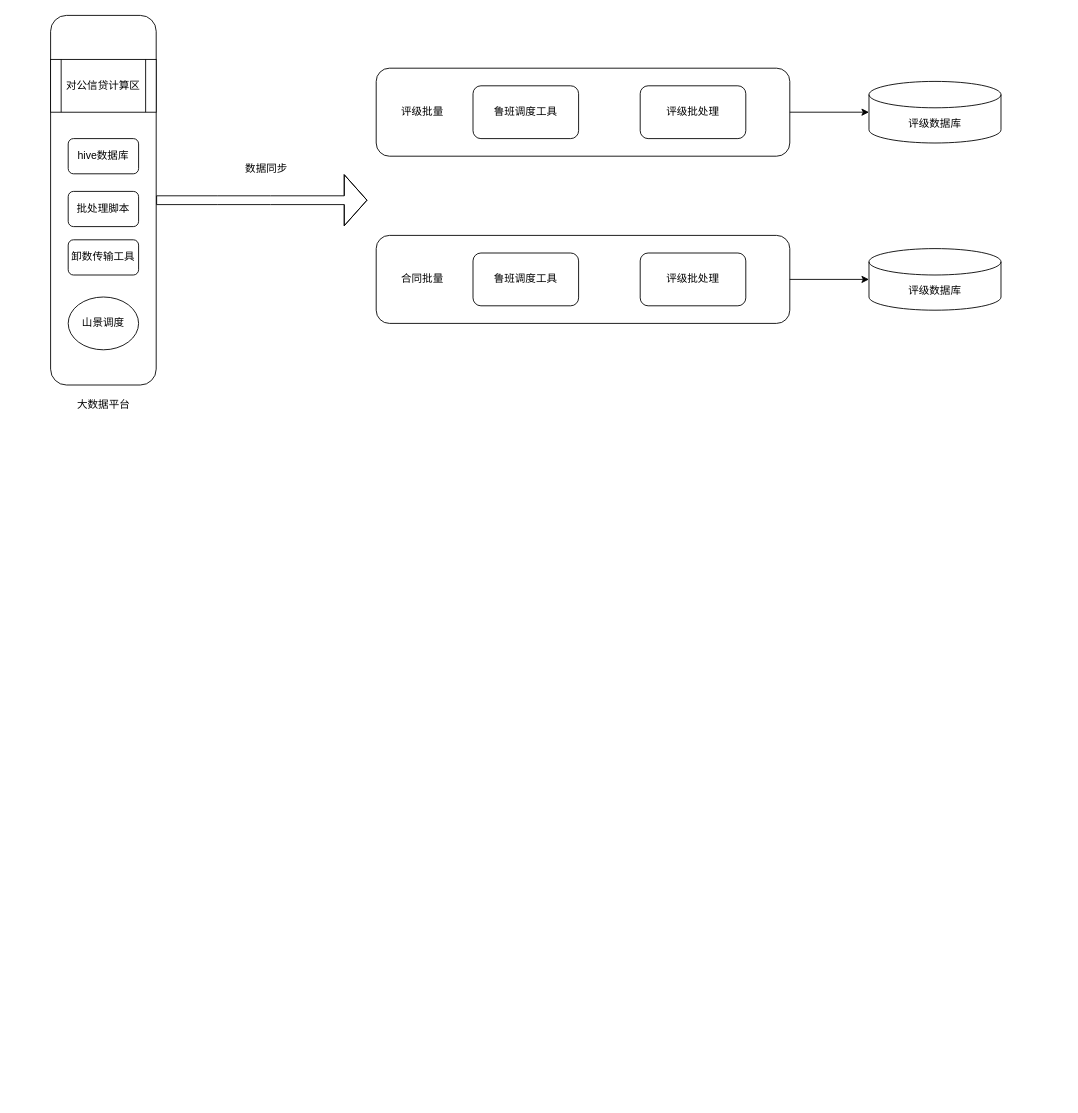
This is 批处理部署图.drawio from beyondgogogo/Graph, a draw.io file, before an edit. Source tidied: cells renumbered, new cells numbered last; positions are measured from the earlier drawing's top-left corner, leaving out a move shared by most shapes. Both pictures are drawn from the tidied source at 88%, with x=0, y=0 at pixel (50, 15).
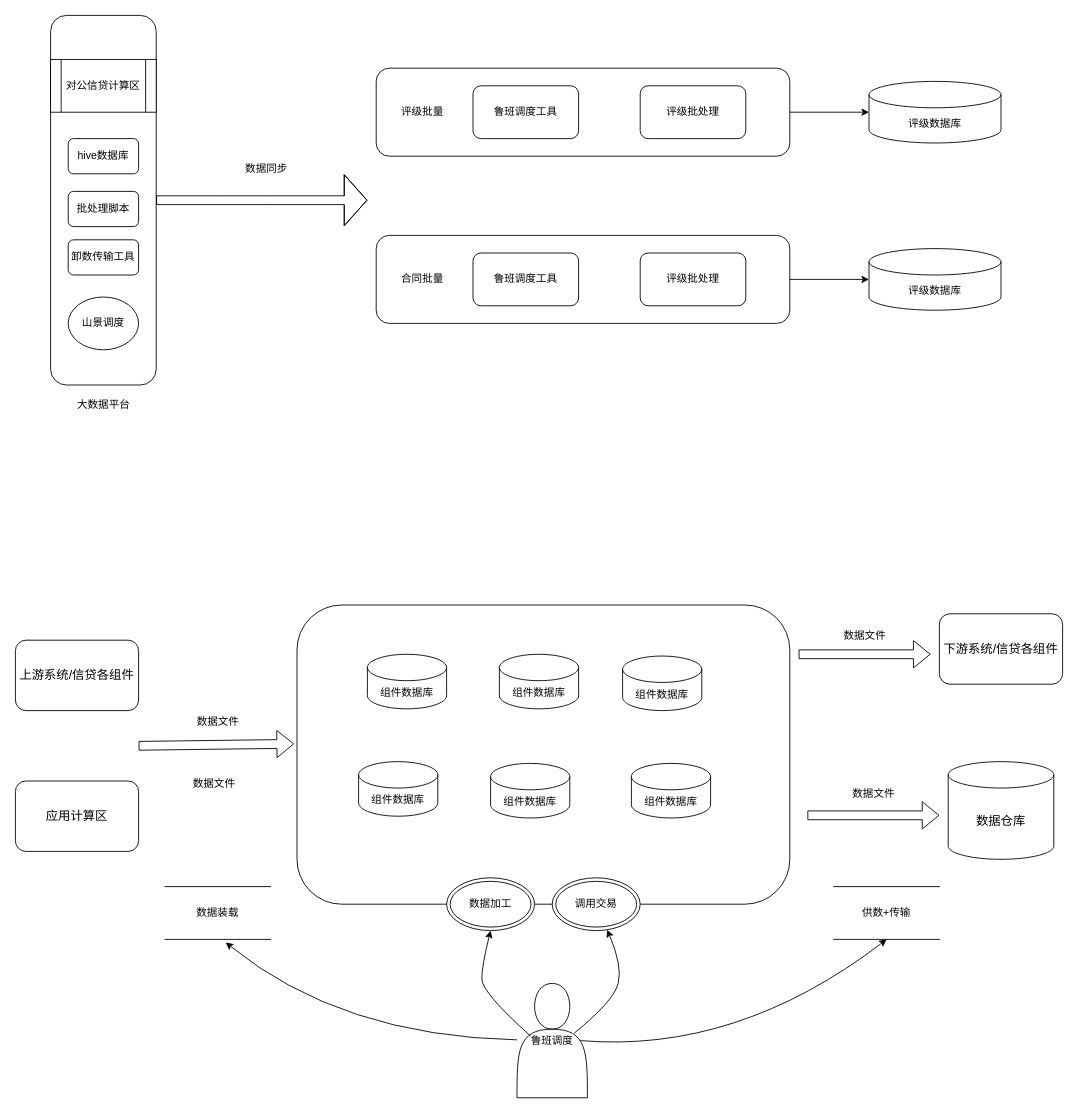
After the change.

Commit message (it also covers changes not shown here):
更新批处理部署图.drawio

Change to the diagram source:
```diff
@@
+    <mxCell id="25" style="rounded=1;whiteSpace=wrap;html=1;" parent="1" vertex="1">
+      <mxGeometry x="280" y="670" width="560" height="340" as="geometry" />
+    </mxCell>
+    <mxCell id="26" value="&lt;font style=&quot;font-size: 14px;&quot;&gt;上游系统/信贷各组件&lt;/font&gt;" style="rounded=1;whiteSpace=wrap;html=1;" parent="1" vertex="1">
+      <mxGeometry x="-40" y="710" width="140" height="80" as="geometry" />
+    </mxCell>
+    <mxCell id="27" value="&lt;font style=&quot;font-size: 14px;&quot;&gt;应用计算区&lt;/font&gt;" style="rounded=1;whiteSpace=wrap;html=1;" parent="1" vertex="1">
+      <mxGeometry x="-40" y="870" width="140" height="80" as="geometry" />
+    </mxCell>
+    <mxCell id="28" style="shape=flexArrow;endArrow=classic;html=1;rounded=0;entryX=-0.006;entryY=0.464;entryDx=0;entryDy=0;entryPerimeter=0;" parent="1" edge="1" target="25">
+      <mxGeometry relative="1" as="geometry">
+        <mxPoint x="100" y="830" as="sourcePoint" />
+      </mxGeometry>
+    </mxCell>
+    <mxCell id="29" value="数据文件" style="text;html=1;align=center;verticalAlign=middle;strokeColor=none;fillColor=none;" parent="1" vertex="1">
+      <mxGeometry x="155" y="788" width="70" height="30" as="geometry" />
+    </mxCell>
+    <mxCell id="30" value="&lt;span style=&quot;color: rgb(0, 0, 0); font-family: Helvetica; font-size: 12px; font-style: normal; font-variant-ligatures: normal; font-variant-caps: normal; font-weight: 400; letter-spacing: normal; orphans: 2; text-align: center; text-indent: 0px; text-transform: none; widows: 2; word-spacing: 0px; -webkit-text-stroke-width: 0px; white-space: nowrap; background-color: rgb(251, 251, 251); text-decoration-thickness: initial; text-decoration-style: initial; text-decoration-color: initial; display: inline !important; float: none;&quot;&gt;数据文件&lt;/span&gt;" style="text;whiteSpace=wrap;html=1;" parent="1" vertex="1">
+      <mxGeometry x="160" y="859" width="80" height="40" as="geometry" />
+    </mxCell>
+    <mxCell id="31" value="组件数据库" style="shape=cylinder3;whiteSpace=wrap;html=1;boundedLbl=1;backgroundOutline=1;size=15;" parent="1" vertex="1">
+      <mxGeometry x="360" y="726" width="90" height="62" as="geometry" />
+    </mxCell>
+    <mxCell id="32" value="组件数据库" style="shape=cylinder3;whiteSpace=wrap;html=1;boundedLbl=1;backgroundOutline=1;size=15;" parent="1" vertex="1">
+      <mxGeometry x="510" y="726" width="90" height="62" as="geometry" />
+    </mxCell>
+    <mxCell id="33" value="组件数据库" style="shape=cylinder3;whiteSpace=wrap;html=1;boundedLbl=1;backgroundOutline=1;size=15;" parent="1" vertex="1">
+      <mxGeometry x="350" y="848" width="90" height="62" as="geometry" />
+    </mxCell>
+    <mxCell id="34" value="组件数据库" style="shape=cylinder3;whiteSpace=wrap;html=1;boundedLbl=1;backgroundOutline=1;size=15;" parent="1" vertex="1">
+      <mxGeometry x="500" y="850" width="90" height="62" as="geometry" />
+    </mxCell>
+    <mxCell id="35" value="组件数据库" style="shape=cylinder3;whiteSpace=wrap;html=1;boundedLbl=1;backgroundOutline=1;size=15;" parent="1" vertex="1">
+      <mxGeometry x="660" y="850" width="90" height="62" as="geometry" />
+    </mxCell>
+    <mxCell id="36" value="组件数据库" style="shape=cylinder3;whiteSpace=wrap;html=1;boundedLbl=1;backgroundOutline=1;size=15;" parent="1" vertex="1">
+      <mxGeometry x="650" y="728" width="90" height="62" as="geometry" />
+    </mxCell>
+    <mxCell id="37" value="&lt;font style=&quot;font-size: 14px;&quot;&gt;下游系统/信贷各组件&lt;/font&gt;" style="rounded=1;whiteSpace=wrap;html=1;" parent="1" vertex="1">
+      <mxGeometry x="1010" y="680" width="140" height="80" as="geometry" />
+    </mxCell>
+    <mxCell id="38" value="&lt;font style=&quot;font-size: 14px;&quot;&gt;数据仓库&lt;/font&gt;" style="shape=cylinder3;whiteSpace=wrap;html=1;boundedLbl=1;backgroundOutline=1;size=15;" parent="1" vertex="1">
+      <mxGeometry x="1020" y="848" width="120" height="111" as="geometry" />
+    </mxCell>
+    <mxCell id="39" style="shape=flexArrow;endArrow=classic;html=1;rounded=0;" parent="1" edge="1">
+      <mxGeometry relative="1" as="geometry">
+        <mxPoint x="850" y="726" as="sourcePoint" />
+        <mxPoint x="1000" y="726" as="targetPoint" />
+      </mxGeometry>
+    </mxCell>
+    <mxCell id="40" style="shape=flexArrow;endArrow=classic;html=1;rounded=0;" parent="1" edge="1">
+      <mxGeometry relative="1" as="geometry">
+        <mxPoint x="860" y="909" as="sourcePoint" />
+        <mxPoint x="1010" y="909" as="targetPoint" />
+      </mxGeometry>
+    </mxCell>
+    <mxCell id="41" value="数据文件" style="text;html=1;align=center;verticalAlign=middle;strokeColor=none;fillColor=none;" parent="1" vertex="1">
+      <mxGeometry x="890" y="690" width="70" height="30" as="geometry" />
+    </mxCell>
+    <mxCell id="42" value="数据文件" style="text;html=1;align=center;verticalAlign=middle;strokeColor=none;fillColor=none;" parent="1" vertex="1">
+      <mxGeometry x="900" y="870" width="70" height="30" as="geometry" />
+    </mxCell>
+    <mxCell id="43" value="数据装载" style="shape=partialRectangle;whiteSpace=wrap;html=1;left=0;right=0;fillColor=none;" parent="1" vertex="1">
+      <mxGeometry x="130" y="990" width="120" height="60" as="geometry" />
+    </mxCell>
+    <mxCell id="44" value="供数+传输" style="shape=partialRectangle;whiteSpace=wrap;html=1;left=0;right=0;fillColor=none;" parent="1" vertex="1">
+      <mxGeometry x="890" y="990" width="120" height="60" as="geometry" />
+    </mxCell>
+    <mxCell id="45" value="数据加工" style="ellipse;shape=doubleEllipse;whiteSpace=wrap;html=1;" parent="1" vertex="1">
+      <mxGeometry x="450" y="980" width="100" height="60" as="geometry" />
+    </mxCell>
+    <mxCell id="46" value="调用交易" style="ellipse;shape=doubleEllipse;whiteSpace=wrap;html=1;" parent="1" vertex="1">
+      <mxGeometry x="570" y="980" width="100" height="60" as="geometry" />
+    </mxCell>
+    <mxCell id="47" value="鲁班调度" style="shape=actor;whiteSpace=wrap;html=1;" parent="1" vertex="1">
+      <mxGeometry x="530" y="1100" width="80" height="130" as="geometry" />
+    </mxCell>
+    <mxCell id="48" style="curved=1;endArrow=classic;html=1;rounded=0;entryX=0.575;entryY=1.057;entryDx=0;entryDy=0;entryPerimeter=0;" parent="1" edge="1" source="47" target="43">
+      <mxGeometry relative="1" as="geometry">
+        <Array as="points">
+          <mxPoint x="330" y="1160" />
+        </Array>
+      </mxGeometry>
+    </mxCell>
+    <mxCell id="49" style="curved=1;endArrow=classic;html=1;rounded=0;exitX=0.9;exitY=0.5;exitDx=0;exitDy=0;exitPerimeter=0;entryX=0.5;entryY=1;entryDx=0;entryDy=0;" parent="1" edge="1" source="47" target="44">
+      <mxGeometry relative="1" as="geometry">
+        <Array as="points">
+          <mxPoint x="780" y="1180" />
+        </Array>
+      </mxGeometry>
+    </mxCell>
+    <mxCell id="50" style="curved=1;endArrow=classic;html=1;rounded=0;entryX=0.5;entryY=1;entryDx=0;entryDy=0;exitX=0.192;exitY=0.46;exitDx=0;exitDy=0;exitPerimeter=0;" parent="1" edge="1" source="47" target="45">
+      <mxGeometry relative="1" as="geometry">
+        <Array as="points">
+          <mxPoint x="490" y="1110" />
+          <mxPoint x="490" y="1080" />
+        </Array>
+      </mxGeometry>
+    </mxCell>
+    <mxCell id="51" style="curved=1;endArrow=classic;html=1;rounded=0;exitX=0.813;exitY=0.435;exitDx=0;exitDy=0;exitPerimeter=0;" parent="1" edge="1" source="47" target="46">
+      <mxGeometry relative="1" as="geometry">
+        <Array as="points">
+          <mxPoint x="640" y="1120" />
+          <mxPoint x="650" y="1080" />
+        </Array>
+      </mxGeometry>
+    </mxCell>
```
